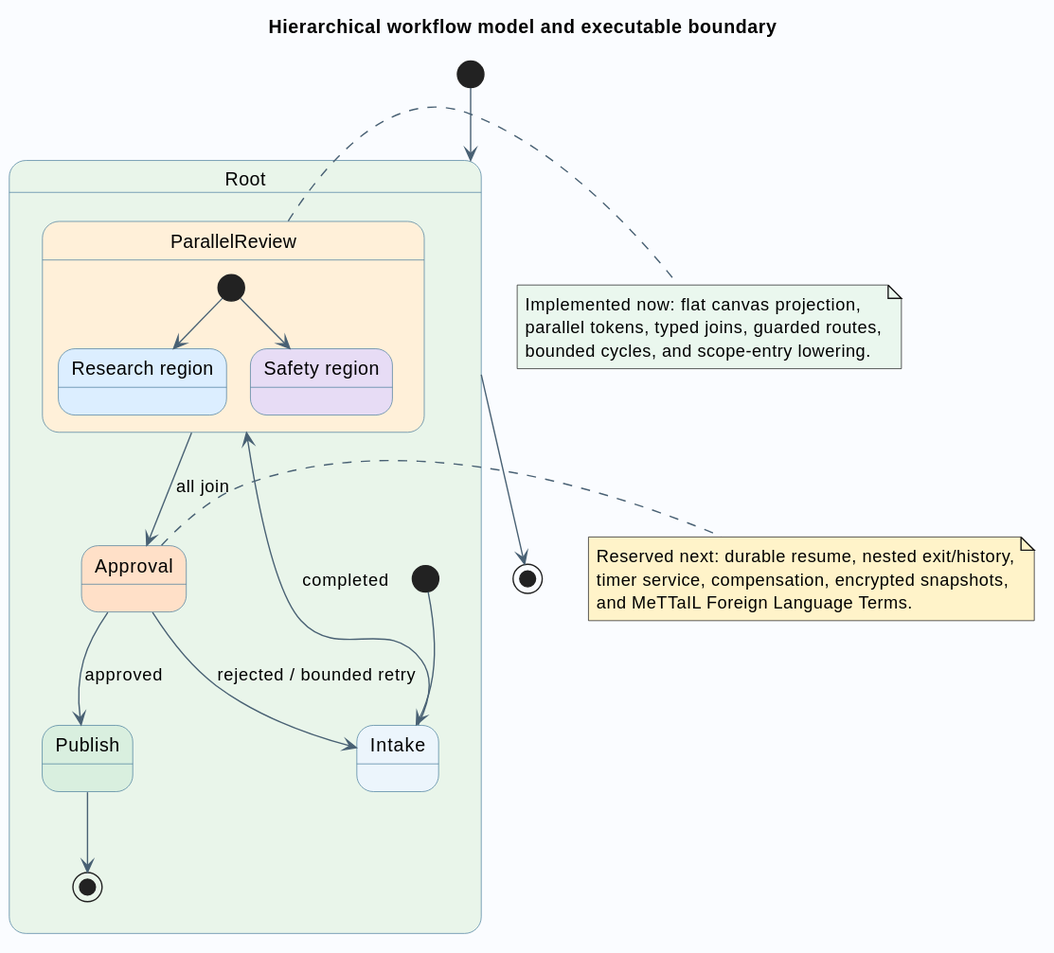
This is docs/agent-teams/diagrams/06-hierarchy-and-roadmap.svg from F1R3FLY-io/embers-frontend, a PlantUML export, as it was before one commit.
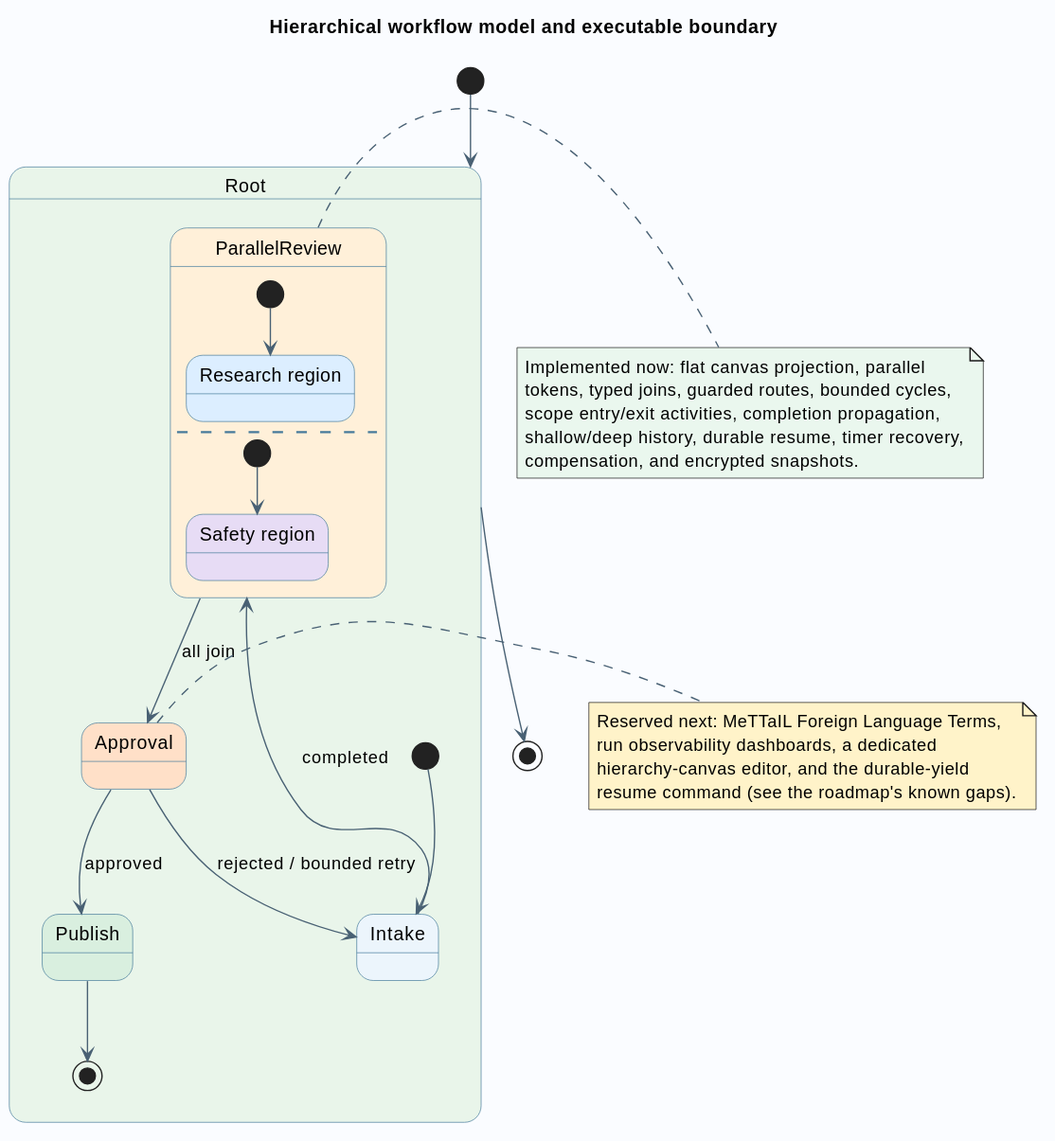
After the commit.

The edit, as a diff of the source:
```diff
@@ -16,8 +16,9 @@
   Intake --> ParallelReview : completed
   state ParallelReview #FFF0D9 {
     state "Research region" as Research #DCEEFF
+    [*] --> Research
+    --
     state "Safety region" as Safety #E7DCF5
-    [*] --> Research
     [*] --> Safety
   }
   ParallelReview --> Approval : all join
@@ -30,13 +31,16 @@
 Root --> [*]
 
 note right of ParallelReview #EAF7EE
-Implemented now: flat canvas projection,
-parallel tokens, typed joins, guarded routes,
-bounded cycles, and scope-entry lowering.
+Implemented now: flat canvas projection, parallel
+tokens, typed joins, guarded routes, bounded cycles,
+scope entry/exit activities, completion propagation,
+shallow/deep history, durable resume, timer recovery,
+compensation, and encrypted snapshots.
 end note
 note right of Approval #FFF3C9
-Reserved next: durable resume, nested exit/history,
-timer service, compensation, encrypted snapshots,
-and MeTTaIL Foreign Language Terms.
+Reserved next: MeTTaIL Foreign Language Terms,
+run observability dashboards, a dedicated
+hierarchy-canvas editor, and the durable-yield
+resume command (see the roadmap's known gaps).
 end note
 @enduml
```
